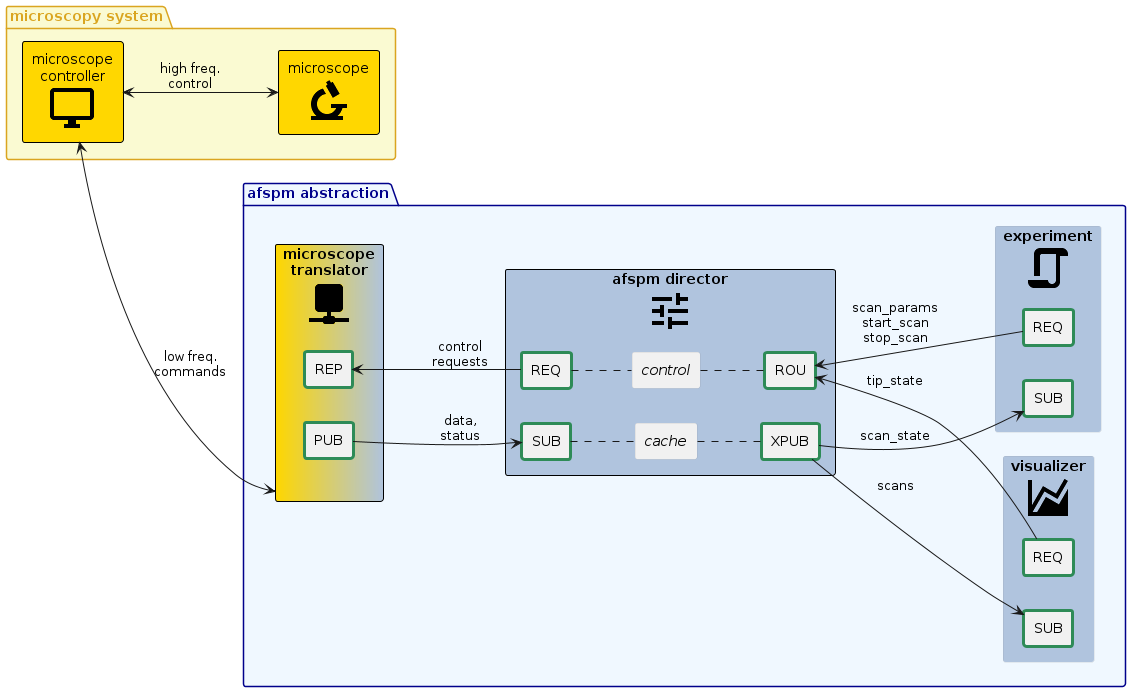
Above: docs/images/afspm_control.png in nsulmol/afspm (PlantUML), before the change.
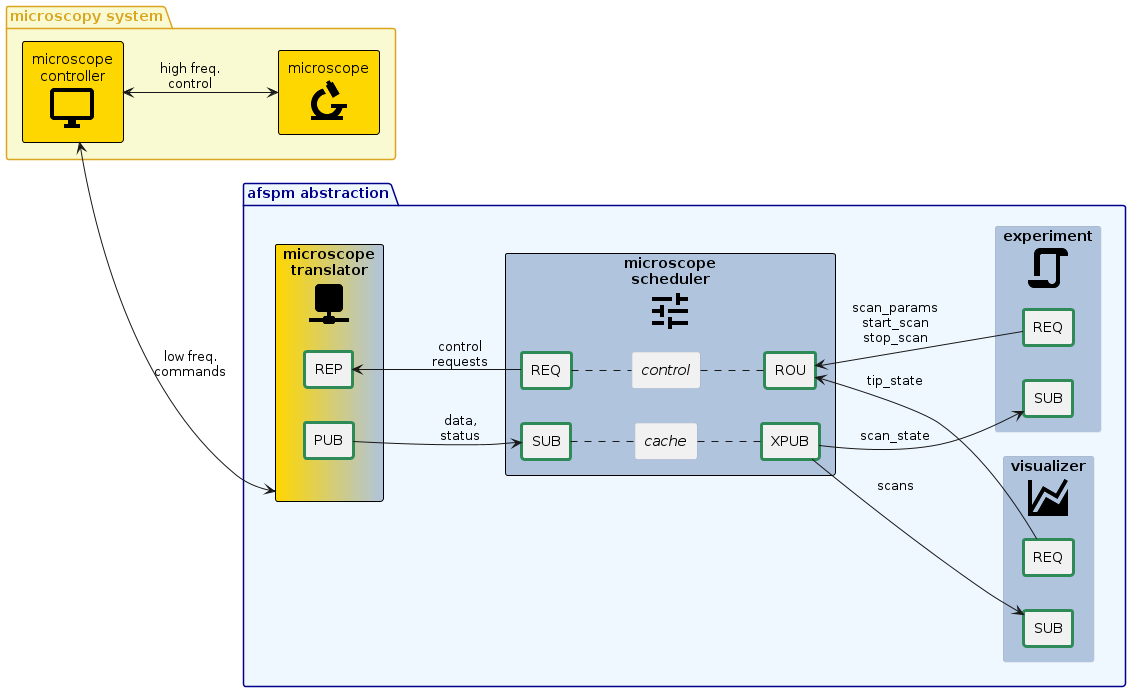
The same file after the commit.

Commit message:
doc: afspm director -> microscope scheduler

The edit, as a diff of the source:
```diff
@@ -15,7 +15,7 @@
   }
 
 
-  component "afspm director\n<$ma_tune>" <<internal>> <<required>> as afspm_con {
+  component "microscope\nscheduler\n<$ma_tune>" <<internal>> <<required>> as afspm_con {
     component SUB <<socket>> as afspm_sub
     component XPUB <<socket>> as afspm_pub
     component "//cache//" as afspm_cache
```
